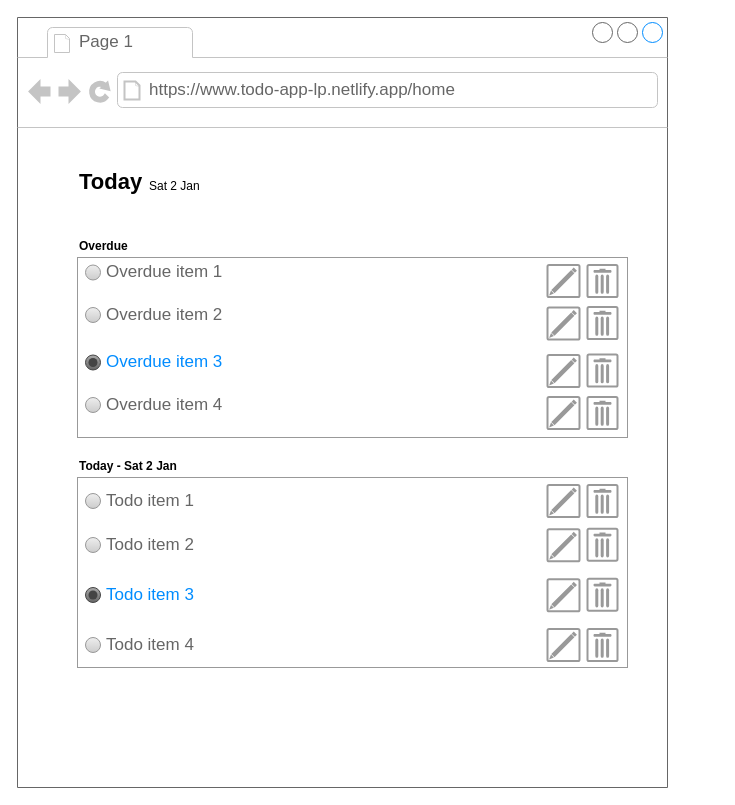
The draw.io diagram page "Home Page" (3 of 4) of Untitled Diagram.drawio in Koshux/todo-multi-tenant, before the edit. Source tidied: cells renumbered, new cells numbered last; positions are measured from the earlier drawing's top-left corner, leaving out a move shared by most shapes. Both pictures are drawn from the tidied source at 100%, with x=0, y=0 at pixel (17, 17). Pictures stored in the file or linked from it are replaced by grey dashed boxes.
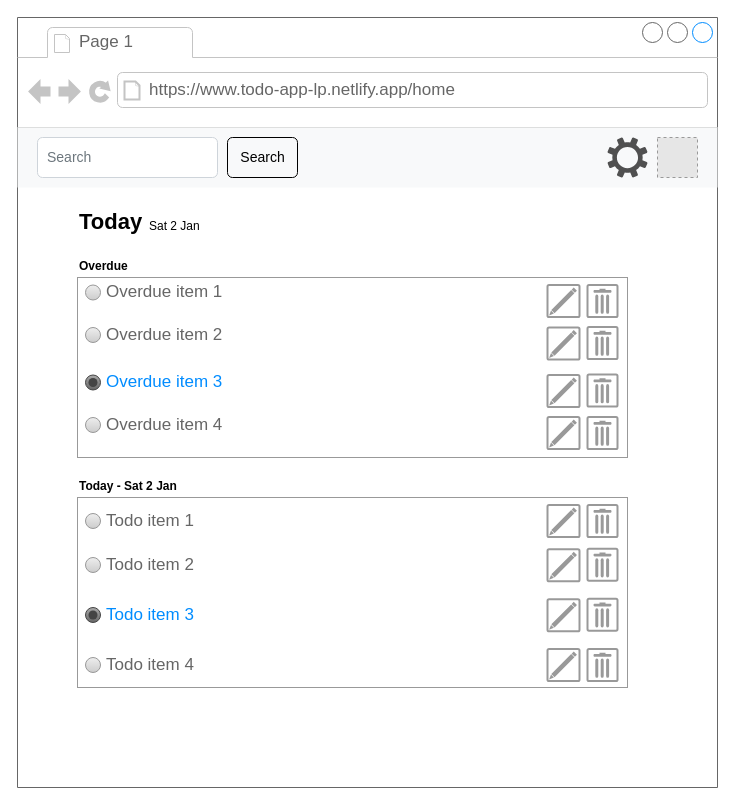
After the change.

Diff of the diagram source:
```diff
@@
-    <mxCell id="2" style="strokeWidth=1;shadow=0;dashed=0;align=center;html=1;shape=mxgraph.mockup.containers.browserWindow;rSize=0;strokeColor=#666666;strokeColor2=#008cff;strokeColor3=#c4c4c4;mainText=,;" parent="1" vertex="1">
-      <mxGeometry width="650" height="770" as="geometry" />
+    <mxCell id="2" style="strokeWidth=1;shadow=0;dashed=0;align=center;html=1;shape=mxgraph.mockup.containers.browserWindow;rSize=0;strokeColor=#666666;strokeColor2=#008cff;strokeColor3=#c4c4c4;mainText=,;fontFamily=BitterPro-BoldItalic;" parent="1" vertex="1">
+      <mxGeometry width="700" height="770" as="geometry" />
     </mxCell>
-    <mxCell id="3" value="Page 1" style="strokeWidth=1;shadow=0;dashed=0;align=center;html=1;shape=mxgraph.mockup.containers.anchor;fontSize=17;fontColor=#666666;align=left;" parent="2" vertex="1">
+    <mxCell id="3" value="Page 1" style="strokeWidth=1;shadow=0;dashed=0;align=center;html=1;shape=mxgraph.mockup.containers.anchor;fontSize=17;fontColor=#666666;align=left;fontFamily=BitterPro-BoldItalic;" parent="2" vertex="1">
       <mxGeometry x="60" y="12" width="110" height="26" as="geometry" />
     </mxCell>
-    <mxCell id="4" value="https://www.todo-app-lp.netlify.app/home" style="strokeWidth=1;shadow=0;dashed=0;align=center;html=1;shape=mxgraph.mockup.containers.anchor;rSize=0;fontSize=17;fontColor=#666666;align=left;" parent="2" vertex="1">
+    <mxCell id="4" value="https://www.todo-app-lp.netlify.app/home" style="strokeWidth=1;shadow=0;dashed=0;align=center;html=1;shape=mxgraph.mockup.containers.anchor;rSize=0;fontSize=17;fontColor=#666666;align=left;fontFamily=BitterPro-BoldItalic;" parent="2" vertex="1">
       <mxGeometry x="130" y="60" width="320" height="26" as="geometry" />
     </mxCell>
-    <mxCell id="5" style="strokeWidth=1;shadow=0;dashed=0;align=center;html=1;shape=mxgraph.mockup.forms.rrect;rSize=0;strokeColor=#999999;fillColor=#ffffff;" parent="2" vertex="1">
-      <mxGeometry x="60" y="240" width="550" height="180" as="geometry" />
+    <mxCell id="5" style="strokeWidth=1;shadow=0;dashed=0;align=center;html=1;shape=mxgraph.mockup.forms.rrect;rSize=0;strokeColor=#999999;fillColor=#ffffff;fontFamily=BitterPro-BoldItalic;" parent="2" vertex="1">
+      <mxGeometry x="60" y="260" width="550" height="180" as="geometry" />
     </mxCell>
-    <mxCell id="6" value="Overdue item 1" style="shape=ellipse;rSize=0;fillColor=#eeeeee;strokeColor=#999999;gradientColor=#cccccc;html=1;align=left;spacingLeft=4;fontSize=17;fontColor=#666666;labelPosition=right;" parent="5" vertex="1">
+    <mxCell id="6" value="Overdue item 1" style="shape=ellipse;rSize=0;fillColor=#eeeeee;strokeColor=#999999;gradientColor=#cccccc;html=1;align=left;spacingLeft=4;fontSize=17;fontColor=#666666;labelPosition=right;fontFamily=BitterPro-BoldItalic;" parent="5" vertex="1">
       <mxGeometry x="8" y="7.5" width="15" height="15" as="geometry" />
     </mxCell>
-    <mxCell id="7" value="Overdue item 2" style="shape=ellipse;rSize=0;fillColor=#eeeeee;strokeColor=#999999;gradientColor=#cccccc;html=1;align=left;spacingLeft=4;fontSize=17;fontColor=#666666;labelPosition=right;" parent="5" vertex="1">
+    <mxCell id="7" value="Overdue item 2" style="shape=ellipse;rSize=0;fillColor=#eeeeee;strokeColor=#999999;gradientColor=#cccccc;html=1;align=left;spacingLeft=4;fontSize=17;fontColor=#666666;labelPosition=right;fontFamily=BitterPro-BoldItalic;" parent="5" vertex="1">
       <mxGeometry x="8" y="50" width="15" height="15" as="geometry" />
     </mxCell>
-    <mxCell id="8" value="Overdue item 3" style="shape=ellipse;rSize=0;fillColor=#aaaaaa;strokeColor=#444444;gradientColor=#666666;html=1;align=left;spacingLeft=4;fontSize=17;fontColor=#008cff;labelPosition=right;" parent="5" vertex="1">
+    <mxCell id="8" value="Overdue item 3" style="shape=ellipse;rSize=0;fillColor=#aaaaaa;strokeColor=#444444;gradientColor=#666666;html=1;align=left;spacingLeft=4;fontSize=17;fontColor=#008cff;labelPosition=right;fontFamily=BitterPro-BoldItalic;" parent="5" vertex="1">
       <mxGeometry x="8" y="97.5" width="15" height="15" as="geometry" />
     </mxCell>
-    <mxCell id="9" style="shape=ellipse;fillColor=#444444;strokeColor=none;html=1;" parent="8" vertex="1">
+    <mxCell id="9" style="shape=ellipse;fillColor=#444444;strokeColor=none;html=1;fontFamily=BitterPro-BoldItalic;" parent="8" vertex="1">
       <mxGeometry x="3" y="3" width="9" height="9" as="geometry" />
     </mxCell>
-    <mxCell id="10" value="Overdue item 4" style="shape=ellipse;rSize=0;fillColor=#eeeeee;strokeColor=#999999;gradientColor=#cccccc;html=1;align=left;spacingLeft=4;fontSize=17;fontColor=#666666;labelPosition=right;" parent="5" vertex="1">
+    <mxCell id="10" value="Overdue item 4" style="shape=ellipse;rSize=0;fillColor=#eeeeee;strokeColor=#999999;gradientColor=#cccccc;html=1;align=left;spacingLeft=4;fontSize=17;fontColor=#666666;labelPosition=right;fontFamily=BitterPro-BoldItalic;" parent="5" vertex="1">
       <mxGeometry x="8" y="140" width="15" height="15" as="geometry" />
     </mxCell>
-    <mxCell id="11" style="strokeColor=#999999;verticalLabelPosition=bottom;shadow=0;dashed=0;verticalAlign=top;strokeWidth=2;html=1;shape=mxgraph.mockup.misc.editIcon;" parent="5" vertex="1">
+    <mxCell id="11" style="strokeColor=#999999;verticalLabelPosition=bottom;shadow=0;dashed=0;verticalAlign=top;strokeWidth=2;html=1;shape=mxgraph.mockup.misc.editIcon;fontFamily=BitterPro-BoldItalic;" parent="5" vertex="1">
       <mxGeometry x="470" y="50" width="32" height="32" as="geometry" />
     </mxCell>
-    <mxCell id="12" style="strokeColor=#999999;verticalLabelPosition=bottom;shadow=0;dashed=0;verticalAlign=top;strokeWidth=2;html=1;shape=mxgraph.mockup.misc.editIcon;" parent="5" vertex="1">
+    <mxCell id="12" style="strokeColor=#999999;verticalLabelPosition=bottom;shadow=0;dashed=0;verticalAlign=top;strokeWidth=2;html=1;shape=mxgraph.mockup.misc.editIcon;fontFamily=BitterPro-BoldItalic;" parent="5" vertex="1">
       <mxGeometry x="470" y="7.5" width="32" height="32" as="geometry" />
     </mxCell>
-    <mxCell id="13" style="strokeColor=#999999;verticalLabelPosition=bottom;shadow=0;dashed=0;verticalAlign=top;strokeWidth=2;html=1;shape=mxgraph.mockup.misc.editIcon;" parent="5" vertex="1">
+    <mxCell id="13" style="strokeColor=#999999;verticalLabelPosition=bottom;shadow=0;dashed=0;verticalAlign=top;strokeWidth=2;html=1;shape=mxgraph.mockup.misc.editIcon;fontFamily=BitterPro-BoldItalic;" parent="5" vertex="1">
       <mxGeometry x="470" y="97.5" width="32" height="32" as="geometry" />
     </mxCell>
-    <mxCell id="14" style="strokeColor=#999999;verticalLabelPosition=bottom;shadow=0;dashed=0;verticalAlign=top;strokeWidth=2;html=1;shape=mxgraph.mockup.misc.editIcon;" parent="5" vertex="1">
+    <mxCell id="14" style="strokeColor=#999999;verticalLabelPosition=bottom;shadow=0;dashed=0;verticalAlign=top;strokeWidth=2;html=1;shape=mxgraph.mockup.misc.editIcon;fontFamily=BitterPro-BoldItalic;" parent="5" vertex="1">
       <mxGeometry x="470" y="139.5" width="32" height="32" as="geometry" />
     </mxCell>
-    <mxCell id="15" style="strokeColor=#999999;verticalLabelPosition=bottom;shadow=0;dashed=0;verticalAlign=top;strokeWidth=2;html=1;shape=mxgraph.mockup.misc.trashcanIcon;" parent="5" vertex="1">
+    <mxCell id="15" style="strokeColor=#999999;verticalLabelPosition=bottom;shadow=0;dashed=0;verticalAlign=top;strokeWidth=2;html=1;shape=mxgraph.mockup.misc.trashcanIcon;fontFamily=BitterPro-BoldItalic;" parent="5" vertex="1">
       <mxGeometry x="510" y="7.5" width="30" height="32" as="geometry" />
     </mxCell>
-    <mxCell id="16" style="strokeColor=#999999;verticalLabelPosition=bottom;shadow=0;dashed=0;verticalAlign=top;strokeWidth=2;html=1;shape=mxgraph.mockup.misc.trashcanIcon;" parent="5" vertex="1">
+    <mxCell id="16" style="strokeColor=#999999;verticalLabelPosition=bottom;shadow=0;dashed=0;verticalAlign=top;strokeWidth=2;html=1;shape=mxgraph.mockup.misc.trashcanIcon;fontFamily=BitterPro-BoldItalic;" parent="5" vertex="1">
       <mxGeometry x="510" y="49.5" width="30" height="32" as="geometry" />
     </mxCell>
-    <mxCell id="17" style="strokeColor=#999999;verticalLabelPosition=bottom;shadow=0;dashed=0;verticalAlign=top;strokeWidth=2;html=1;shape=mxgraph.mockup.misc.trashcanIcon;" parent="5" vertex="1">
+    <mxCell id="17" style="strokeColor=#999999;verticalLabelPosition=bottom;shadow=0;dashed=0;verticalAlign=top;strokeWidth=2;html=1;shape=mxgraph.mockup.misc.trashcanIcon;fontFamily=BitterPro-BoldItalic;" parent="5" vertex="1">
       <mxGeometry x="510" y="97" width="30" height="32" as="geometry" />
     </mxCell>
-    <mxCell id="18" style="strokeColor=#999999;verticalLabelPosition=bottom;shadow=0;dashed=0;verticalAlign=top;strokeWidth=2;html=1;shape=mxgraph.mockup.misc.trashcanIcon;" parent="5" vertex="1">
+    <mxCell id="18" style="strokeColor=#999999;verticalLabelPosition=bottom;shadow=0;dashed=0;verticalAlign=top;strokeWidth=2;html=1;shape=mxgraph.mockup.misc.trashcanIcon;fontFamily=BitterPro-BoldItalic;" parent="5" vertex="1">
       <mxGeometry x="510" y="139.5" width="30" height="32" as="geometry" />
     </mxCell>
-    <mxCell id="19" value="&lt;font style=&quot;font-size: 22px&quot;&gt;&lt;b&gt;Today&lt;/b&gt;&lt;/font&gt;" style="text;spacingTop=-5;whiteSpace=wrap;html=1;align=left;fontSize=12;fontFamily=Helvetica;fillColor=none;strokeColor=none;" parent="2" vertex="1">
-      <mxGeometry x="60" y="150" width="60" height="40" as="geometry" />
+    <mxCell id="19" value="&lt;font style=&quot;font-size: 22px&quot;&gt;&lt;b&gt;Today&lt;/b&gt;&lt;/font&gt;" style="text;spacingTop=-5;whiteSpace=wrap;html=1;align=left;fontSize=12;fontFamily=BitterPro-BoldItalic;fillColor=none;strokeColor=none;" parent="2" vertex="1">
+      <mxGeometry x="60" y="190" width="60" height="40" as="geometry" />
     </mxCell>
-    <mxCell id="20" value="Sat 2 Jan" style="text;spacingTop=-5;whiteSpace=wrap;html=1;align=left;fontSize=12;fontFamily=Helvetica;fillColor=none;strokeColor=none;" parent="2" vertex="1">
-      <mxGeometry x="130" y="160" width="60" height="40" as="geometry" />
+    <mxCell id="20" value="Sat 2 Jan" style="text;spacingTop=-5;whiteSpace=wrap;html=1;align=left;fontSize=12;fontFamily=BitterPro-BoldItalic;fillColor=none;strokeColor=none;" parent="2" vertex="1">
+      <mxGeometry x="130" y="200" width="60" height="40" as="geometry" />
     </mxCell>
-    <mxCell id="21" value="&lt;b&gt;Overdue&lt;/b&gt;" style="text;spacingTop=-5;whiteSpace=wrap;html=1;align=left;fontSize=12;fontFamily=Helvetica;fillColor=none;strokeColor=none;" parent="2" vertex="1">
-      <mxGeometry x="60" y="220" width="320" height="20" as="geometry" />
+    <mxCell id="21" value="&lt;b&gt;Overdue&lt;/b&gt;" style="text;spacingTop=-5;whiteSpace=wrap;html=1;align=left;fontSize=12;fontFamily=BitterPro-BoldItalic;fillColor=none;strokeColor=none;" parent="2" vertex="1">
+      <mxGeometry x="60" y="240" width="320" height="20" as="geometry" />
     </mxCell>
-    <mxCell id="22" style="group;" parent="2" vertex="1">
-      <mxGeometry x="60" y="440" width="550" height="295" as="geometry" />
+    <mxCell id="22" style="group;fontFamily=BitterPro-BoldItalic;" parent="2" vertex="1">
+      <mxGeometry x="60" y="460" width="550" height="295" as="geometry" />
     </mxCell>
-    <mxCell id="23" value="&lt;b&gt;Today - Sat 2 Jan&lt;/b&gt;" style="text;spacingTop=-5;whiteSpace=wrap;html=1;align=left;fontSize=12;fontFamily=Helvetica;fillColor=none;strokeColor=none;" parent="22" vertex="1">
+    <mxCell id="23" value="&lt;b&gt;Today - Sat 2 Jan&lt;/b&gt;" style="text;spacingTop=-5;whiteSpace=wrap;html=1;align=left;fontSize=12;fontFamily=BitterPro-BoldItalic;fillColor=none;strokeColor=none;" parent="22" vertex="1">
       <mxGeometry width="320" height="20" as="geometry" />
     </mxCell>
-    <mxCell id="24" style="strokeWidth=1;shadow=0;dashed=0;align=center;html=1;shape=mxgraph.mockup.forms.rrect;rSize=0;strokeColor=#999999;fillColor=#ffffff;" parent="2" vertex="1">
-      <mxGeometry x="60" y="460" width="550" height="190" as="geometry" />
+    <mxCell id="24" style="strokeWidth=1;shadow=0;dashed=0;align=center;html=1;shape=mxgraph.mockup.forms.rrect;rSize=0;strokeColor=#999999;fillColor=#ffffff;fontFamily=BitterPro-BoldItalic;" parent="2" vertex="1">
+      <mxGeometry x="60" y="480" width="550" height="190" as="geometry" />
     </mxCell>
-    <mxCell id="25" value="Todo item 1" style="shape=ellipse;rSize=0;fillColor=#eeeeee;strokeColor=#999999;gradientColor=#cccccc;html=1;align=left;spacingLeft=4;fontSize=17;fontColor=#666666;labelPosition=right;" parent="24" vertex="1">
+    <mxCell id="25" value="Todo item 1" style="shape=ellipse;rSize=0;fillColor=#eeeeee;strokeColor=#999999;gradientColor=#cccccc;html=1;align=left;spacingLeft=4;fontSize=17;fontColor=#666666;labelPosition=right;fontFamily=BitterPro-BoldItalic;" parent="24" vertex="1">
       <mxGeometry x="8" y="16" width="15" height="15" as="geometry" />
     </mxCell>
-    <mxCell id="26" value="&lt;div&gt;Todo item 2&lt;/div&gt;" style="shape=ellipse;rSize=0;fillColor=#eeeeee;strokeColor=#999999;gradientColor=#cccccc;html=1;align=left;spacingLeft=4;fontSize=17;fontColor=#666666;labelPosition=right;" parent="24" vertex="1">
+    <mxCell id="26" value="&lt;div&gt;Todo item 2&lt;/div&gt;" style="shape=ellipse;rSize=0;fillColor=#eeeeee;strokeColor=#999999;gradientColor=#cccccc;html=1;align=left;spacingLeft=4;fontSize=17;fontColor=#666666;labelPosition=right;fontFamily=BitterPro-BoldItalic;" parent="24" vertex="1">
       <mxGeometry x="8" y="60" width="15" height="15" as="geometry" />
     </mxCell>
-    <mxCell id="27" value="Todo item 3" style="shape=ellipse;rSize=0;fillColor=#aaaaaa;strokeColor=#444444;gradientColor=#666666;html=1;align=left;spacingLeft=4;fontSize=17;fontColor=#008cff;labelPosition=right;" parent="24" vertex="1">
+    <mxCell id="27" value="Todo item 3" style="shape=ellipse;rSize=0;fillColor=#aaaaaa;strokeColor=#444444;gradientColor=#666666;html=1;align=left;spacingLeft=4;fontSize=17;fontColor=#008cff;labelPosition=right;fontFamily=BitterPro-BoldItalic;" parent="24" vertex="1">
       <mxGeometry x="8" y="110" width="15" height="15" as="geometry" />
     </mxCell>
-    <mxCell id="28" style="shape=ellipse;fillColor=#444444;strokeColor=none;html=1;" parent="27" vertex="1">
+    <mxCell id="28" style="shape=ellipse;fillColor=#444444;strokeColor=none;html=1;fontFamily=BitterPro-BoldItalic;" parent="27" vertex="1">
       <mxGeometry x="3" y="3" width="9" height="9" as="geometry" />
     </mxCell>
-    <mxCell id="29" value="&lt;div&gt;Todo item 4&lt;/div&gt;" style="shape=ellipse;rSize=0;fillColor=#eeeeee;strokeColor=#999999;gradientColor=#cccccc;html=1;align=left;spacingLeft=4;fontSize=17;fontColor=#666666;labelPosition=right;" parent="24" vertex="1">
+    <mxCell id="29" value="&lt;div&gt;Todo item 4&lt;/div&gt;" style="shape=ellipse;rSize=0;fillColor=#eeeeee;strokeColor=#999999;gradientColor=#cccccc;html=1;align=left;spacingLeft=4;fontSize=17;fontColor=#666666;labelPosition=right;fontFamily=BitterPro-BoldItalic;" parent="24" vertex="1">
       <mxGeometry x="8" y="160" width="15" height="15" as="geometry" />
     </mxCell>
-    <mxCell id="30" style="strokeColor=#999999;verticalLabelPosition=bottom;shadow=0;dashed=0;verticalAlign=top;strokeWidth=2;html=1;shape=mxgraph.mockup.misc.editIcon;" parent="24" vertex="1">
+    <mxCell id="30" style="strokeColor=#999999;verticalLabelPosition=bottom;shadow=0;dashed=0;verticalAlign=top;strokeWidth=2;html=1;shape=mxgraph.mockup.misc.editIcon;fontFamily=BitterPro-BoldItalic;" parent="24" vertex="1">
       <mxGeometry x="470" y="51.8" width="32" height="32" as="geometry" />
     </mxCell>
-    <mxCell id="31" style="strokeColor=#999999;verticalLabelPosition=bottom;shadow=0;dashed=0;verticalAlign=top;strokeWidth=2;html=1;shape=mxgraph.mockup.misc.editIcon;" parent="24" vertex="1">
+    <mxCell id="31" style="strokeColor=#999999;verticalLabelPosition=bottom;shadow=0;dashed=0;verticalAlign=top;strokeWidth=2;html=1;shape=mxgraph.mockup.misc.editIcon;fontFamily=BitterPro-BoldItalic;" parent="24" vertex="1">
       <mxGeometry x="470" y="7.5" width="32" height="32" as="geometry" />
     </mxCell>
-    <mxCell id="32" style="strokeColor=#999999;verticalLabelPosition=bottom;shadow=0;dashed=0;verticalAlign=top;strokeWidth=2;html=1;shape=mxgraph.mockup.misc.editIcon;" parent="24" vertex="1">
+    <mxCell id="32" style="strokeColor=#999999;verticalLabelPosition=bottom;shadow=0;dashed=0;verticalAlign=top;strokeWidth=2;html=1;shape=mxgraph.mockup.misc.editIcon;fontFamily=BitterPro-BoldItalic;" parent="24" vertex="1">
       <mxGeometry x="470" y="101.8" width="32" height="32" as="geometry" />
     </mxCell>
-    <mxCell id="33" style="strokeColor=#999999;verticalLabelPosition=bottom;shadow=0;dashed=0;verticalAlign=top;strokeWidth=2;html=1;shape=mxgraph.mockup.misc.editIcon;" parent="24" vertex="1">
+    <mxCell id="33" style="strokeColor=#999999;verticalLabelPosition=bottom;shadow=0;dashed=0;verticalAlign=top;strokeWidth=2;html=1;shape=mxgraph.mockup.misc.editIcon;fontFamily=BitterPro-BoldItalic;" parent="24" vertex="1">
       <mxGeometry x="470" y="151.5" width="32" height="32" as="geometry" />
     </mxCell>
-    <mxCell id="34" style="strokeColor=#999999;verticalLabelPosition=bottom;shadow=0;dashed=0;verticalAlign=top;strokeWidth=2;html=1;shape=mxgraph.mockup.misc.trashcanIcon;" parent="24" vertex="1">
+    <mxCell id="34" style="strokeColor=#999999;verticalLabelPosition=bottom;shadow=0;dashed=0;verticalAlign=top;strokeWidth=2;html=1;shape=mxgraph.mockup.misc.trashcanIcon;fontFamily=BitterPro-BoldItalic;" parent="24" vertex="1">
       <mxGeometry x="510" y="7.5" width="30" height="32" as="geometry" />
     </mxCell>
-    <mxCell id="35" style="strokeColor=#999999;verticalLabelPosition=bottom;shadow=0;dashed=0;verticalAlign=top;strokeWidth=2;html=1;shape=mxgraph.mockup.misc.trashcanIcon;" parent="24" vertex="1">
+    <mxCell id="35" style="strokeColor=#999999;verticalLabelPosition=bottom;shadow=0;dashed=0;verticalAlign=top;strokeWidth=2;html=1;shape=mxgraph.mockup.misc.trashcanIcon;fontFamily=BitterPro-BoldItalic;" parent="24" vertex="1">
       <mxGeometry x="510" y="51.2" width="30" height="32" as="geometry" />
     </mxCell>
-    <mxCell id="36" style="strokeColor=#999999;verticalLabelPosition=bottom;shadow=0;dashed=0;verticalAlign=top;strokeWidth=2;html=1;shape=mxgraph.mockup.misc.trashcanIcon;" parent="24" vertex="1">
+    <mxCell id="36" style="strokeColor=#999999;verticalLabelPosition=bottom;shadow=0;dashed=0;verticalAlign=top;strokeWidth=2;html=1;shape=mxgraph.mockup.misc.trashcanIcon;fontFamily=BitterPro-BoldItalic;" parent="24" vertex="1">
       <mxGeometry x="510" y="101.2" width="30" height="32" as="geometry" />
     </mxCell>
-    <mxCell id="37" style="strokeColor=#999999;verticalLabelPosition=bottom;shadow=0;dashed=0;verticalAlign=top;strokeWidth=2;html=1;shape=mxgraph.mockup.misc.trashcanIcon;" parent="24" vertex="1">
+    <mxCell id="37" style="strokeColor=#999999;verticalLabelPosition=bottom;shadow=0;dashed=0;verticalAlign=top;strokeWidth=2;html=1;shape=mxgraph.mockup.misc.trashcanIcon;fontFamily=BitterPro-BoldItalic;" parent="24" vertex="1">
       <mxGeometry x="510" y="151.5" width="30" height="32" as="geometry" />
     </mxCell>
+    <mxCell id="38" style="html=1;shadow=0;dashed=0;fillColor=#F8F9FA;strokeColor=none;fontSize=16;fontColor=#181819;align=left;spacing=15;fontFamily=BitterPro-BoldItalic;" parent="2" vertex="1">
+      <mxGeometry y="110" width="700" height="60" as="geometry" />
+    </mxCell>
+    <mxCell id="39" value="Search" style="html=1;shadow=0;dashed=0;shape=mxgraph.bootstrap.rrect;rSize=5;fontSize=14;fillColor=none;fontFamily=BitterPro-BoldItalic;" parent="38" vertex="1">
+      <mxGeometry x="1" width="70" height="40" relative="1" as="geometry">
+        <mxPoint x="-490" y="10" as="offset" />
+      </mxGeometry>
+    </mxCell>
+    <mxCell id="40" value="Search" style="html=1;shadow=0;dashed=0;shape=mxgraph.bootstrap.rrect;rSize=5;fontSize=14;fontColor=#6C767D;strokeColor=#CED4DA;fillColor=#ffffff;align=left;spacing=10;fontFamily=BitterPro-BoldItalic;" parent="38" vertex="1">
+      <mxGeometry x="1" width="180" height="40" relative="1" as="geometry">
+        <mxPoint x="-680" y="10" as="offset" />
+      </mxGeometry>
+    </mxCell>
+    <mxCell id="41" style="group;fontFamily=BitterPro-BoldItalic;" parent="1" vertex="1">
+      <mxGeometry x="590" y="120" width="90" height="40" as="geometry" />
+    </mxCell>
+    <mxCell id="42" style="fillColor=#E6E6E6;strokeColor=#999999;dashed=1;html=1;verticalAlign=top;verticalLabelPosition=bottom;labelBackgroundColor=#ffffff;fontFamily=BitterPro-BoldItalic;fontColor=#505050;" parent="41" vertex="1">
+      <mxGeometry x="50" width="40" height="40" as="geometry" />
+    </mxCell>
+    <mxCell id="43" style="shadow=0;dashed=0;html=1;strokeColor=none;labelPosition=center;verticalLabelPosition=bottom;verticalAlign=top;align=center;shape=mxgraph.mscae.enterprise.settings;fontFamily=BitterPro-BoldItalic;fontColor=#000000;fillColor=#505050;" parent="41" vertex="1">
+      <mxGeometry width="40" height="40" as="geometry" />
+    </mxCell>
```
